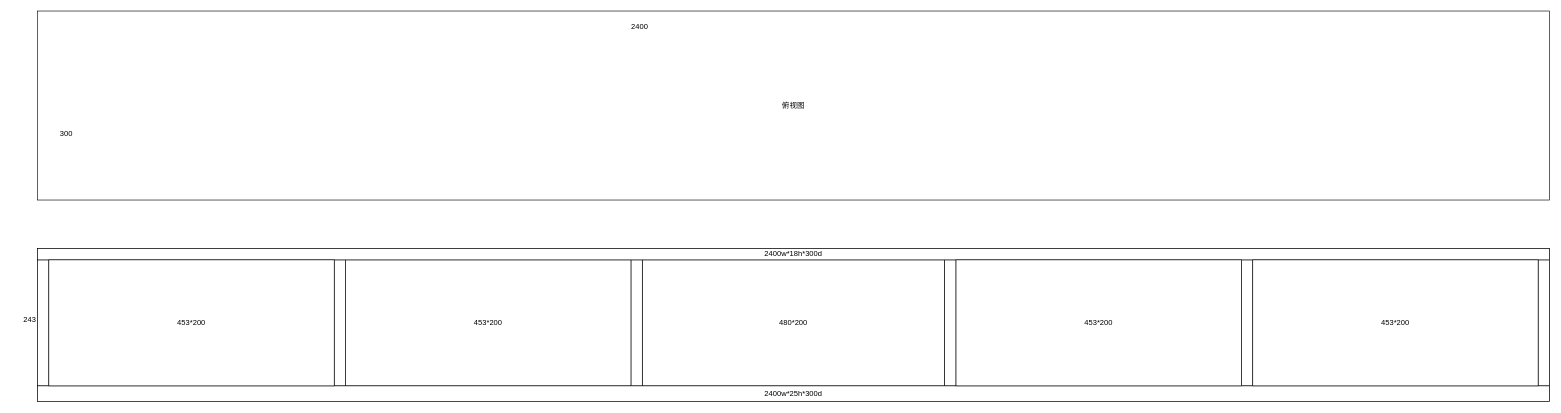
This is page "第 3 页" (3 of 3) of 未命名绘图.drawio from luss613/draw.io, a draw.io file, before an edit. Source tidied: cells renumbered, new cells numbered last; positions are measured from the earlier drawing's top-left corner, leaving out a move shared by most shapes. Both pictures are drawn from the tidied source at 63%, with x=0, y=0 at pixel (11, 11).
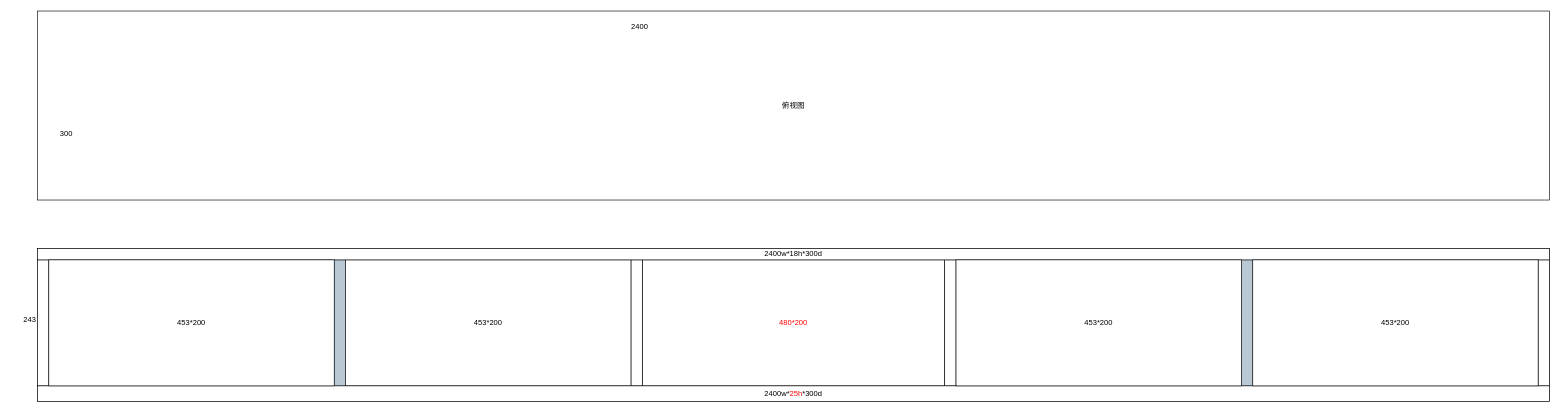
Above is the later version.

Commit message:
更新未命名绘图.drawio

The edit, as a diff of the source:
```diff
@@
 <mxGraphModel>
   <root>
     <mxCell id="0" />
     <mxCell id="1" parent="0" />
     <mxCell id="2" value="俯视图" style="rounded=0;whiteSpace=wrap;html=1;" parent="1" vertex="1">
       <mxGeometry x="42" width="2400" height="300" as="geometry" />
     </mxCell>
     <mxCell id="3" value="2400" style="text;html=1;strokeColor=none;fillColor=none;align=center;verticalAlign=middle;whiteSpace=wrap;rounded=0;" parent="1" vertex="1">
       <mxGeometry x="968" y="10" width="60" height="30" as="geometry" />
     </mxCell>
     <mxCell id="4" value="300" style="text;html=1;strokeColor=none;fillColor=none;align=center;verticalAlign=middle;whiteSpace=wrap;rounded=0;" parent="1" vertex="1">
       <mxGeometry x="58" y="180" width="60" height="30" as="geometry" />
     </mxCell>
     <mxCell id="5" style="rounded=0;whiteSpace=wrap;html=1;" parent="1" vertex="1">
       <mxGeometry x="42" y="377" width="2400" height="243" as="geometry" />
     </mxCell>
     <mxCell id="6" style="rounded=0;whiteSpace=wrap;html=1;" parent="1" vertex="1">
       <mxGeometry x="42" y="395" width="18" height="200" as="geometry" />
     </mxCell>
     <mxCell id="7" style="rounded=0;whiteSpace=wrap;html=1;" parent="1" vertex="1">
       <mxGeometry x="2424" y="395" width="18" height="200" as="geometry" />
     </mxCell>
-    <mxCell id="8" value="480*200" style="rounded=0;whiteSpace=wrap;html=1;" parent="1" vertex="1">
+    <mxCell id="8" value="480*200" style="rounded=0;whiteSpace=wrap;html=1;fontColor=#FF0000;" parent="1" vertex="1">
       <mxGeometry x="1002" y="395" width="480" height="200" as="geometry" />
     </mxCell>
     <mxCell id="9" style="rounded=0;whiteSpace=wrap;html=1;" parent="1" vertex="1">
       <mxGeometry x="1482" y="395" width="18" height="200" as="geometry" />
     </mxCell>
     <mxCell id="10" style="rounded=0;whiteSpace=wrap;html=1;" parent="1" vertex="1">
       <mxGeometry x="984" y="395" width="18" height="200" as="geometry" />
     </mxCell>
-    <mxCell id="11" style="rounded=0;whiteSpace=wrap;html=1;" parent="1" vertex="1">
+    <mxCell id="11" style="rounded=0;whiteSpace=wrap;html=1;fillColor=#bac8d3;strokeColor=#23445d;" parent="1" vertex="1">
       <mxGeometry x="513" y="395" width="18" height="200" as="geometry" />
     </mxCell>
-    <mxCell id="12" style="rounded=0;whiteSpace=wrap;html=1;" parent="1" vertex="1">
+    <mxCell id="12" style="rounded=0;whiteSpace=wrap;html=1;fillColor=#bac8d3;strokeColor=#23445d;" parent="1" vertex="1">
       <mxGeometry x="1953" y="395" width="18" height="200" as="geometry" />
     </mxCell>
     <mxCell id="13" value="453*200" style="rounded=0;whiteSpace=wrap;html=1;" parent="1" vertex="1">
       <mxGeometry x="531" y="395" width="453" height="200" as="geometry" />
     </mxCell>
-    <mxCell id="14" value="2400w*25h*300d" style="rounded=0;whiteSpace=wrap;html=1;" parent="1" vertex="1">
+    <mxCell id="14" value="2400w*&lt;font color=&quot;#ff0000&quot;&gt;25h&lt;/font&gt;*300d" style="rounded=0;whiteSpace=wrap;html=1;" parent="1" vertex="1">
       <mxGeometry x="42" y="595" width="2400" height="25" as="geometry" />
     </mxCell>
     <mxCell id="15" value="2400w*18h*300d" style="rounded=0;whiteSpace=wrap;html=1;" parent="1" vertex="1">
       <mxGeometry x="42" y="377" width="2400" height="18" as="geometry" />
     </mxCell>
     <mxCell id="16" value="243" style="text;html=1;strokeColor=none;fillColor=none;align=center;verticalAlign=middle;whiteSpace=wrap;rounded=0;" parent="1" vertex="1">
       <mxGeometry y="475" width="60" height="30" as="geometry" />
     </mxCell>
     <mxCell id="17" value="453*200" style="rounded=0;whiteSpace=wrap;html=1;" parent="1" vertex="1">
       <mxGeometry x="60" y="395" width="453" height="200" as="geometry" />
     </mxCell>
     <mxCell id="18" value="453*200" style="rounded=0;whiteSpace=wrap;html=1;" parent="1" vertex="1">
       <mxGeometry x="1500" y="395" width="453" height="200" as="geometry" />
     </mxCell>
     <mxCell id="19" value="453*200" style="rounded=0;whiteSpace=wrap;html=1;" parent="1" vertex="1">
       <mxGeometry x="1971" y="395" width="453" height="200" as="geometry" />
     </mxCell>
   </root>
 </mxGraphModel>
```
